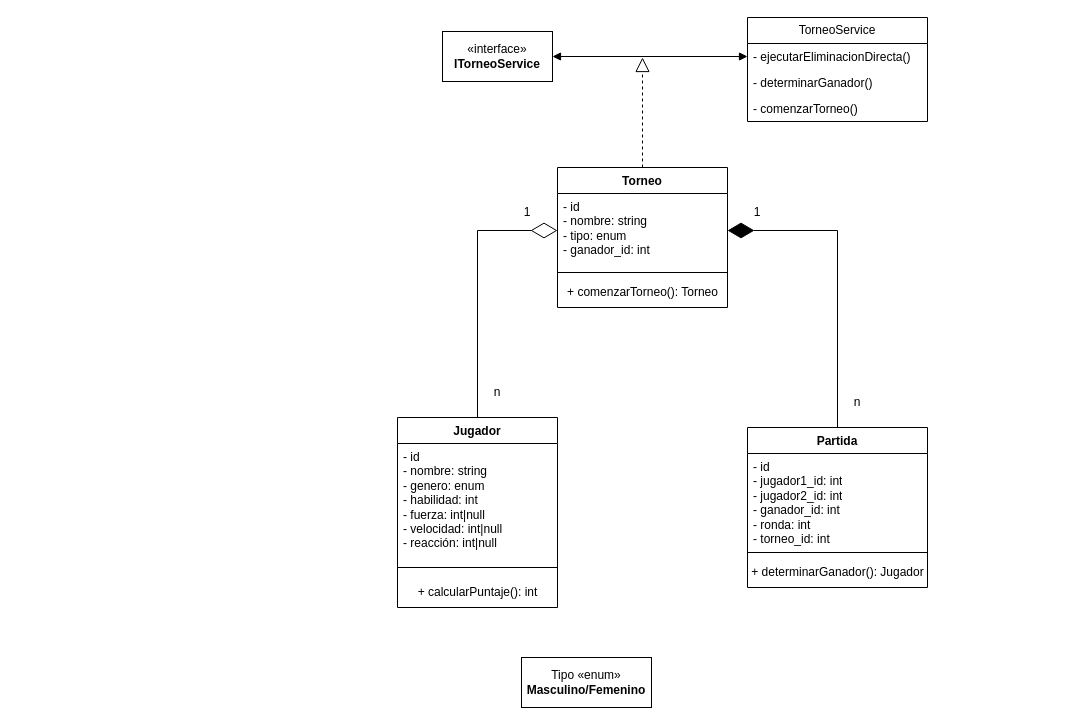
This is Diagrama de Clases.drawio from IgnaValdivia/TestDevBack, a draw.io file, before an edit. Source tidied: cells renumbered, new cells numbered last; positions are measured from the earlier drawing's top-left corner, leaving out a move shared by most shapes. Both pictures are drawn from the tidied source at 100%, with x=0, y=0 at pixel (397, 17).
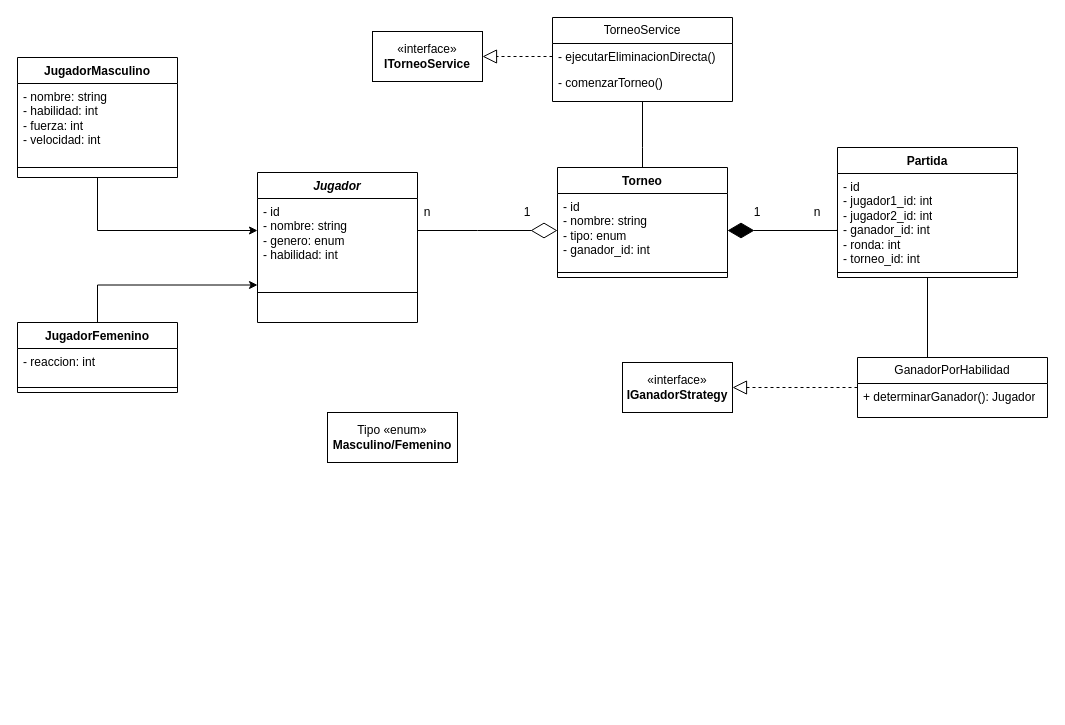
Above is the later version.

Commit message (it also covers changes not shown here):
feat: modelado de clases/ docs: DER

Unchanged cells that the change refers to:
```xml
<mxCell id="7" value="&lt;div&gt;- id&lt;/div&gt;- jugador1_id: int&lt;div&gt;- jugador2_id: int&lt;/div&gt;&lt;div&gt;- ganador_id: int&lt;/div&gt;&lt;div&gt;- ronda: int&lt;/div&gt;&lt;div&gt;- torneo_id: int&lt;/div&gt;&lt;div&gt;&lt;div&gt;&lt;br&gt;&lt;/div&gt;&lt;/div&gt;" style="text;strokeColor=none;fillColor=none;align=left;verticalAlign=top;spacingLeft=4;spacingRight=4;overflow=hidden;points=[[0,0.5],[1,0.5]];portConstraint=eastwest;whiteSpace=wrap;html=1;" parent="6" vertex="1">
  <mxGeometry y="26" width="180" height="94" as="geometry" />
</mxCell>
<mxCell id="11" value="&lt;div&gt;- id&lt;/div&gt;- nombre: string&lt;div&gt;- tipo: enum&lt;/div&gt;&lt;div&gt;- ganador_id: int&lt;/div&gt;&lt;div&gt;&lt;div&gt;&lt;br&gt;&lt;/div&gt;&lt;/div&gt;" style="text;strokeColor=none;fillColor=none;align=left;verticalAlign=top;spacingLeft=4;spacingRight=4;overflow=hidden;points=[[0,0.5],[1,0.5]];portConstraint=eastwest;whiteSpace=wrap;html=1;" parent="10" vertex="1">
  <mxGeometry y="26" width="170" height="74" as="geometry" />
</mxCell>
<mxCell id="21" value="- ejecutarEliminacionDirecta()&lt;div&gt;&lt;br&gt;&lt;/div&gt;" style="text;strokeColor=none;fillColor=none;align=left;verticalAlign=top;spacingLeft=4;spacingRight=4;overflow=hidden;points=[[0,0.5],[1,0.5]];portConstraint=eastwest;whiteSpace=wrap;html=1;" parent="20" vertex="1">
  <mxGeometry y="26" width="180" height="26" as="geometry" />
</mxCell>
```

Diff of the diagram source:
```diff
@@
-    <mxCell id="2" value="Jugador" style="swimlane;fontStyle=1;align=center;verticalAlign=top;horizontal=1;startSize=26;whiteSpace=wrap;html=1;" parent="1" vertex="1">
-      <mxGeometry y="400" width="160" height="190" as="geometry" />
+    <mxCell id="2" value="&lt;i&gt;Jugador&lt;/i&gt;" style="swimlane;fontStyle=1;align=center;verticalAlign=top;horizontal=1;startSize=26;whiteSpace=wrap;html=1;" parent="1" vertex="1">
+      <mxGeometry x="-140" y="155" width="160" height="150" as="geometry" />
     </mxCell>
-    <mxCell id="3" value="&lt;div&gt;- id&lt;/div&gt;- nombre: string&lt;div&gt;- genero: enum&lt;/div&gt;&lt;div&gt;- habilidad: int&lt;/div&gt;&lt;div&gt;- fuerza: int|null&lt;/div&gt;&lt;div&gt;- velocidad: int|null&lt;/div&gt;&lt;div&gt;- reacción: int|null&lt;br&gt;&lt;div&gt;&lt;br&gt;&lt;/div&gt;&lt;/div&gt;" style="text;strokeColor=none;fillColor=none;align=left;verticalAlign=top;spacingLeft=4;spacingRight=4;overflow=hidden;points=[[0,0.5],[1,0.5]];portConstraint=eastwest;whiteSpace=wrap;html=1;" parent="2" vertex="1">
-      <mxGeometry y="26" width="160" height="114" as="geometry" />
+    <mxCell id="3" value="&lt;div&gt;- id&lt;/div&gt;- nombre: string&lt;div&gt;- genero: enum&lt;/div&gt;&lt;div&gt;- habilidad: int&lt;/div&gt;&lt;div&gt;&lt;br&gt;&lt;/div&gt;&lt;div&gt;&lt;div&gt;&lt;br&gt;&lt;/div&gt;&lt;/div&gt;" style="text;strokeColor=none;fillColor=none;align=left;verticalAlign=top;spacingLeft=4;spacingRight=4;overflow=hidden;points=[[0,0.5],[1,0.5]];portConstraint=eastwest;whiteSpace=wrap;html=1;" parent="2" vertex="1">
+      <mxGeometry y="26" width="160" height="64" as="geometry" />
     </mxCell>
     <mxCell id="4" style="line;strokeWidth=1;fillColor=none;align=left;verticalAlign=middle;spacingTop=-1;spacingLeft=3;spacingRight=3;labelPosition=right;strokeColor=inherit;" parent="2" vertex="1">
-      <mxGeometry y="140" width="160" height="20" as="geometry" />
+      <mxGeometry y="90" width="160" height="60" as="geometry" />
     </mxCell>
-    <mxCell id="5" value="+ calcularPuntaje(): int" style="text;html=1;align=center;verticalAlign=middle;strokeColor=none;fillColor=none;" parent="2" vertex="1">
-      <mxGeometry y="160" width="160" height="30" as="geometry" />
-    </mxCell>
     <mxCell id="6" value="Partida" style="swimlane;fontStyle=1;align=center;verticalAlign=top;horizontal=1;startSize=26;whiteSpace=wrap;html=1;" parent="1" vertex="1">
-      <mxGeometry x="350" y="410" width="180" height="160" as="geometry" />
+      <mxGeometry x="440" y="130" width="180" height="130" as="geometry" />
     </mxCell>
@@
-    <mxCell id="9" value="+ determinarGanador(): Jugador" style="text;html=1;align=center;verticalAlign=middle;strokeColor=none;fillColor=none;" parent="6" vertex="1">
-      <mxGeometry y="130" width="180" height="30" as="geometry" />
-    </mxCell>
     <mxCell id="10" value="Torneo" style="swimlane;fontStyle=1;align=center;verticalAlign=top;horizontal=1;startSize=26;whiteSpace=wrap;html=1;" parent="1" vertex="1">
-      <mxGeometry x="160" y="150" width="170" height="140" as="geometry" />
+      <mxGeometry x="160" y="150" width="170" height="110" as="geometry" />
     </mxCell>
@@
-    <mxCell id="13" value="+ comenzarTorneo(): Torneo" style="text;html=1;align=center;verticalAlign=middle;strokeColor=none;fillColor=none;" parent="10" vertex="1">
-      <mxGeometry y="110" width="170" height="30" as="geometry" />
-    </mxCell>
-    <mxCell id="14" style="endArrow=diamondThin;endFill=0;endSize=24;html=1;rounded=0;exitX=0.5;exitY=0;exitDx=0;exitDy=0;entryX=0;entryY=0.5;entryDx=0;entryDy=0;" parent="1" edge="1" source="2" target="11">
+    <mxCell id="14" style="endArrow=diamondThin;endFill=0;endSize=24;html=1;rounded=0;exitX=1;exitY=0.5;exitDx=0;exitDy=0;entryX=0;entryY=0.5;entryDx=0;entryDy=0;" parent="1" edge="1" source="3" target="11">
       <mxGeometry relative="1" as="geometry">
         <Array as="points">
           <mxPoint x="80" y="213" />
         </Array>
       </mxGeometry>
     </mxCell>
-    <mxCell id="15" style="endArrow=diamondThin;endFill=1;endSize=24;html=1;rounded=0;exitX=0.5;exitY=0;exitDx=0;exitDy=0;entryX=1;entryY=0.5;entryDx=0;entryDy=0;" parent="1" edge="1" source="6" target="11">
+    <mxCell id="15" style="endArrow=diamondThin;endFill=1;endSize=24;html=1;rounded=0;exitX=-0.007;exitY=0.605;exitDx=0;exitDy=0;entryX=1;entryY=0.5;entryDx=0;entryDy=0;exitPerimeter=0;" parent="1" edge="1" source="7" target="11">
       <mxGeometry relative="1" as="geometry">
         <Array as="points">
           <mxPoint x="440" y="213" />
         </Array>
       </mxGeometry>
     </mxCell>
     <mxCell id="16" value="«interface»&lt;br&gt;&lt;b&gt;ITorneoService&lt;/b&gt;" style="html=1;whiteSpace=wrap;" parent="1" vertex="1">
-      <mxGeometry x="45" y="14" width="110" height="50" as="geometry" />
+      <mxGeometry x="-25" y="14" width="110" height="50" as="geometry" />
     </mxCell>
@@
     <mxCell id="18" value="n" style="text;html=1;align=center;verticalAlign=middle;whiteSpace=wrap;rounded=0;" parent="1" vertex="1">
-      <mxGeometry x="430" y="370" width="60" height="30" as="geometry" />
+      <mxGeometry x="390" y="180" width="60" height="30" as="geometry" />
     </mxCell>
@@
     <mxCell id="20" value="TorneoService" style="swimlane;fontStyle=0;horizontal=1;startSize=26;fillColor=none;whiteSpace=wrap;html=1;" parent="1" vertex="1">
-      <mxGeometry x="350" width="180" height="104" as="geometry" />
+      <mxGeometry x="155" width="180" height="84" as="geometry" />
     </mxCell>
@@
-    <mxCell id="22" value="- determinarGanador()" style="text;strokeColor=none;fillColor=none;align=left;verticalAlign=top;spacingLeft=4;spacingRight=4;overflow=hidden;whiteSpace=wrap;html=1;" parent="20" vertex="1">
-      <mxGeometry y="52" width="180" height="26" as="geometry" />
-    </mxCell>
     <mxCell id="23" value="- comenzarTorneo()" style="text;strokeColor=none;fillColor=none;align=left;verticalAlign=top;spacingLeft=4;spacingRight=4;overflow=hidden;points=[[0,0.5],[1,0.5]];portConstraint=eastwest;whiteSpace=wrap;html=1;" parent="20" vertex="1">
-      <mxGeometry y="78" width="180" height="26" as="geometry" />
+      <mxGeometry y="52" width="180" height="32" as="geometry" />
     </mxCell>
     <mxCell id="24" value="n" style="text;html=1;align=center;verticalAlign=middle;whiteSpace=wrap;rounded=0;" parent="1" vertex="1">
-      <mxGeometry x="70" y="360" width="60" height="30" as="geometry" />
+      <mxGeometry y="180" width="60" height="30" as="geometry" />
     </mxCell>
     <mxCell id="25" value="Tipo «enum»&lt;br&gt;&lt;b&gt;Masculino/Femenino&lt;/b&gt;" style="html=1;whiteSpace=wrap;" parent="1" vertex="1">
-      <mxGeometry x="124" y="640" width="130" height="50" as="geometry" />
+      <mxGeometry x="-70" y="395" width="130" height="50" as="geometry" />
     </mxCell>
-    <mxCell id="26" style="endArrow=block;dashed=1;endFill=0;endSize=12;html=1;rounded=0;exitX=0.5;exitY=0;exitDx=0;exitDy=0;" parent="1" edge="1" source="10">
-      <mxGeometry relative="1" as="geometry">
-        <mxPoint x="245" y="40" as="targetPoint" />
-      </mxGeometry>
+    <mxCell id="26" style="endArrow=block;dashed=1;endFill=0;endSize=12;html=1;rounded=0;exitX=0;exitY=0.5;exitDx=0;exitDy=0;entryX=1;entryY=0.5;entryDx=0;entryDy=0;" parent="1" edge="1" source="21" target="16">
+      <mxGeometry relative="1" as="geometry" />
     </mxCell>
-    <mxCell id="27" style="endArrow=block;startArrow=block;endFill=1;startFill=1;html=1;rounded=0;entryX=0;entryY=0.5;entryDx=0;entryDy=0;exitX=1;exitY=0.5;exitDx=0;exitDy=0;" parent="1" edge="1" source="16" target="21">
-      <mxGeometry relative="1" as="geometry" />
-    </mxCell>
+    <mxCell id="28" style="endArrow=none;html=1;rounded=0;exitX=0.5;exitY=0;exitDx=0;exitDy=0;entryX=0.5;entryY=1;entryDx=0;entryDy=0;entryPerimeter=0;" parent="1" edge="1" source="10" target="23">
+      <mxGeometry relative="1" as="geometry">
+        <Array as="points">
+          <mxPoint x="245" y="130" />
+        </Array>
+      </mxGeometry>
+    </mxCell>
+    <mxCell id="29" value="«interface»&lt;br&gt;&lt;b&gt;IGanadorStrategy&lt;/b&gt;" style="html=1;whiteSpace=wrap;" parent="1" vertex="1">
+      <mxGeometry x="225" y="345" width="110" height="50" as="geometry" />
+    </mxCell>
+    <mxCell id="30" style="endArrow=block;dashed=1;endFill=0;endSize=12;html=1;rounded=0;entryX=1;entryY=0.5;entryDx=0;entryDy=0;exitX=0;exitY=0.5;exitDx=0;exitDy=0;" parent="1" edge="1" source="32" target="29">
+      <mxGeometry relative="1" as="geometry" />
+    </mxCell>
+    <mxCell id="31" style="endArrow=none;html=1;rounded=0;entryX=0.5;entryY=1;entryDx=0;entryDy=0;exitX=0.5;exitY=0;exitDx=0;exitDy=0;" parent="1" edge="1" target="6">
+      <mxGeometry relative="1" as="geometry">
+        <mxPoint x="530" y="340" as="sourcePoint" />
+      </mxGeometry>
+    </mxCell>
+    <mxCell id="32" value="GanadorPorHabilidad" style="swimlane;fontStyle=0;horizontal=1;startSize=26;fillColor=none;whiteSpace=wrap;html=1;" parent="1" vertex="1">
+      <mxGeometry x="460" y="340" width="190" height="60" as="geometry" />
+    </mxCell>
+    <mxCell id="9" value="+ determinarGanador(): Jugador" style="text;strokeColor=none;fillColor=none;align=left;verticalAlign=top;spacingLeft=4;spacingRight=4;overflow=hidden;whiteSpace=wrap;html=1;" parent="32" vertex="1">
+      <mxGeometry y="26" width="190" height="34" as="geometry" />
+    </mxCell>
+    <mxCell id="33" value="JugadorMasculino" style="swimlane;fontStyle=1;align=center;verticalAlign=top;horizontal=1;startSize=26;whiteSpace=wrap;html=1;" parent="1" vertex="1">
+      <mxGeometry x="-380" y="40" width="160" height="120" as="geometry" />
+    </mxCell>
+    <mxCell id="34" value="&lt;div&gt;&lt;span style=&quot;background-color: transparent; color: light-dark(rgb(0, 0, 0), rgb(255, 255, 255));&quot;&gt;- nombre: string&lt;/span&gt;&lt;/div&gt;&lt;div&gt;- habilidad: int&lt;/div&gt;&lt;div&gt;- fuerza: int&lt;/div&gt;&lt;div&gt;- velocidad: int&lt;/div&gt;&lt;div&gt;&lt;div&gt;&lt;br&gt;&lt;/div&gt;&lt;/div&gt;" style="text;strokeColor=none;fillColor=none;align=left;verticalAlign=top;spacingLeft=4;spacingRight=4;overflow=hidden;whiteSpace=wrap;html=1;" parent="33" vertex="1">
+      <mxGeometry y="26" width="160" height="74" as="geometry" />
+    </mxCell>
+    <mxCell id="35" style="line;strokeWidth=1;fillColor=none;align=left;verticalAlign=middle;spacingTop=-1;spacingLeft=3;spacingRight=3;labelPosition=right;strokeColor=inherit;" parent="33" vertex="1">
+      <mxGeometry y="100" width="160" height="20" as="geometry" />
+    </mxCell>
+    <mxCell id="36" value="JugadorFemenino" style="swimlane;fontStyle=1;align=center;verticalAlign=top;horizontal=1;startSize=26;whiteSpace=wrap;html=1;" parent="1" vertex="1">
+      <mxGeometry x="-380" y="305" width="160" height="70" as="geometry" />
+    </mxCell>
+    <mxCell id="37" value="&lt;div&gt;&lt;span style=&quot;background-color: transparent; color: light-dark(rgb(0, 0, 0), rgb(255, 255, 255));&quot;&gt;- reaccion: int&lt;/span&gt;&lt;/div&gt;&lt;div&gt;&lt;div&gt;&lt;br&gt;&lt;/div&gt;&lt;/div&gt;" style="text;strokeColor=none;fillColor=none;align=left;verticalAlign=top;spacingLeft=4;spacingRight=4;overflow=hidden;whiteSpace=wrap;html=1;" parent="36" vertex="1">
+      <mxGeometry y="26" width="160" height="34" as="geometry" />
+    </mxCell>
+    <mxCell id="38" style="line;strokeWidth=1;fillColor=none;align=left;verticalAlign=middle;spacingTop=-1;spacingLeft=3;spacingRight=3;labelPosition=right;strokeColor=inherit;" parent="36" vertex="1">
+      <mxGeometry y="60" width="160" height="10" as="geometry" />
+    </mxCell>
+    <mxCell id="39" style="endArrow=classic;html=1;rounded=0;exitX=0.5;exitY=0;exitDx=0;exitDy=0;entryX=0;entryY=0.75;entryDx=0;entryDy=0;edgeStyle=orthogonalEdgeStyle;" parent="1" edge="1" source="36" target="2">
+      <mxGeometry relative="1" as="geometry" />
+    </mxCell>
+    <mxCell id="40" style="endArrow=classic;html=1;rounded=0;exitX=0.5;exitY=1;exitDx=0;exitDy=0;entryX=0;entryY=0.5;entryDx=0;entryDy=0;edgeStyle=orthogonalEdgeStyle;" parent="1" edge="1" source="33" target="3">
+      <mxGeometry relative="1" as="geometry" />
+    </mxCell>
```
